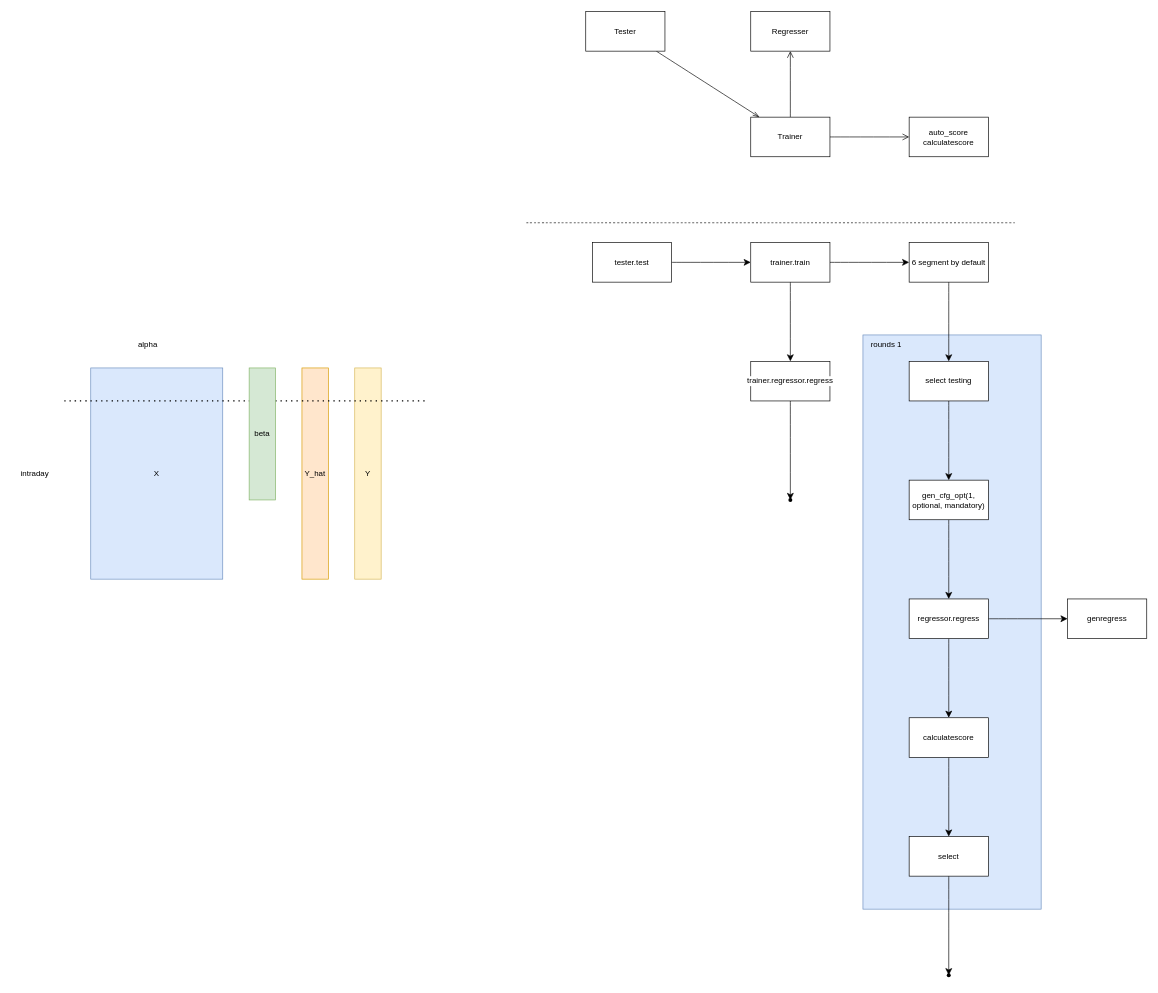
mistyeye11/drawio keeps this draw.io diagram as tongdengfund/方法论.drawio. Above is the earlier version. Source tidied: cells renumbered, new cells numbered last; positions are measured from the earlier drawing's top-left corner, leaving out a move shared by most shapes. Both pictures are drawn from the tidied source at 66%, with x=0, y=0 at pixel (11, 11).
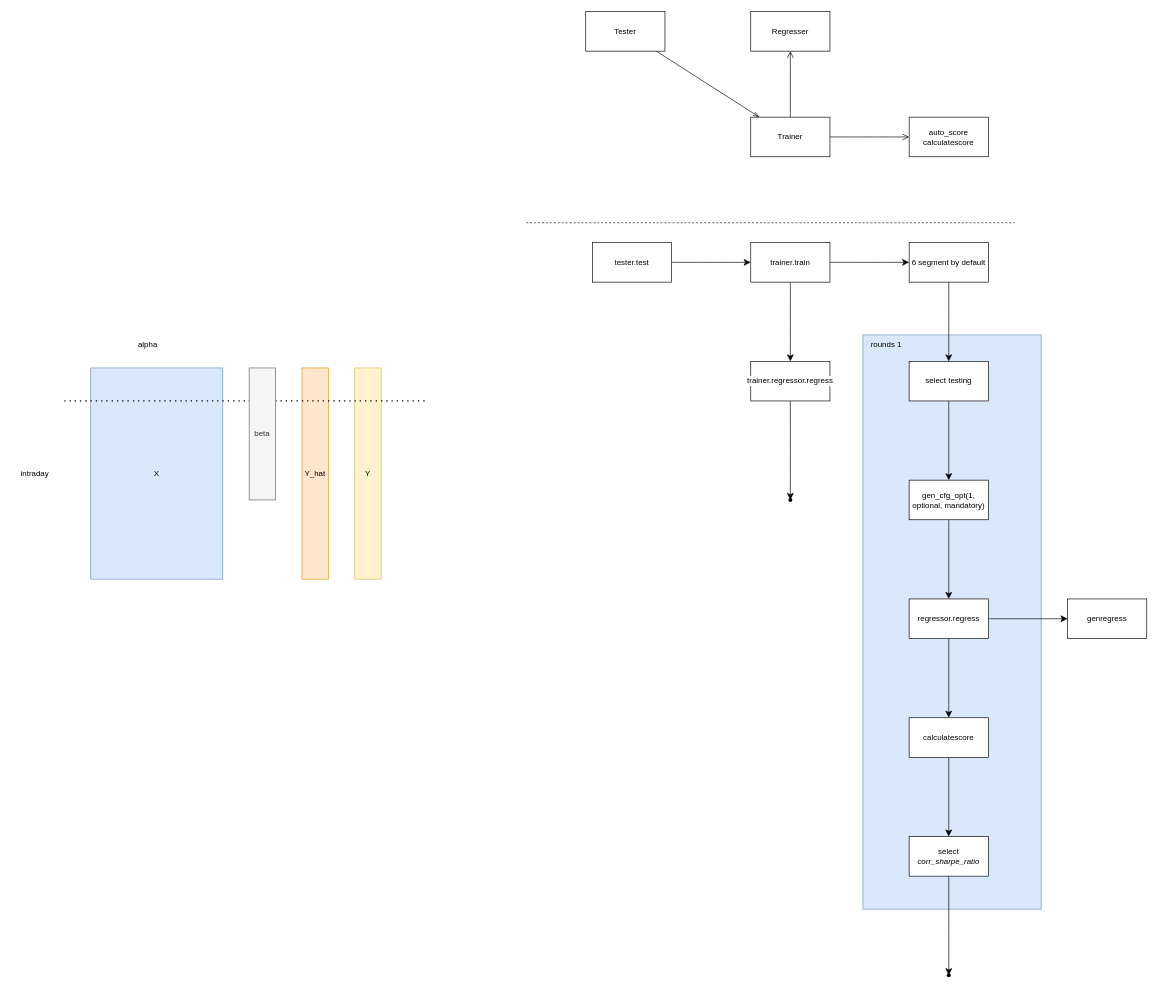
The same page after the edit.

Commit message:
更新方法论.drawio

The edit, as a diff of the source:
```diff
@@
-    <mxCell id="30" value="select" style="whiteSpace=wrap;html=1;rounded=0;" parent="1" vertex="1">
+    <mxCell id="30" value="&lt;div&gt;select&lt;/div&gt;&lt;div&gt;&lt;i&gt;corr_sharpe_ratio&lt;/i&gt;&lt;br&gt;&lt;/div&gt;" style="whiteSpace=wrap;html=1;rounded=0;" parent="1" vertex="1">
       <mxGeometry x="1360" y="1250" width="120" height="60" as="geometry" />
     </mxCell>
@@
-    <mxCell id="41" value="beta" style="rounded=0;whiteSpace=wrap;html=1;strokeColor=#82b366;align=center;verticalAlign=middle;fontFamily=Helvetica;fontSize=12;fillColor=#d5e8d4;" parent="1" vertex="1">
+    <mxCell id="41" value="beta" style="rounded=0;whiteSpace=wrap;html=1;strokeColor=#666666;align=center;verticalAlign=middle;fontFamily=Helvetica;fontSize=12;fillColor=#f5f5f5;fontColor=#333333;" parent="1" vertex="1">
       <mxGeometry x="360" y="540" width="40" height="200" as="geometry" />
     </mxCell>
```
